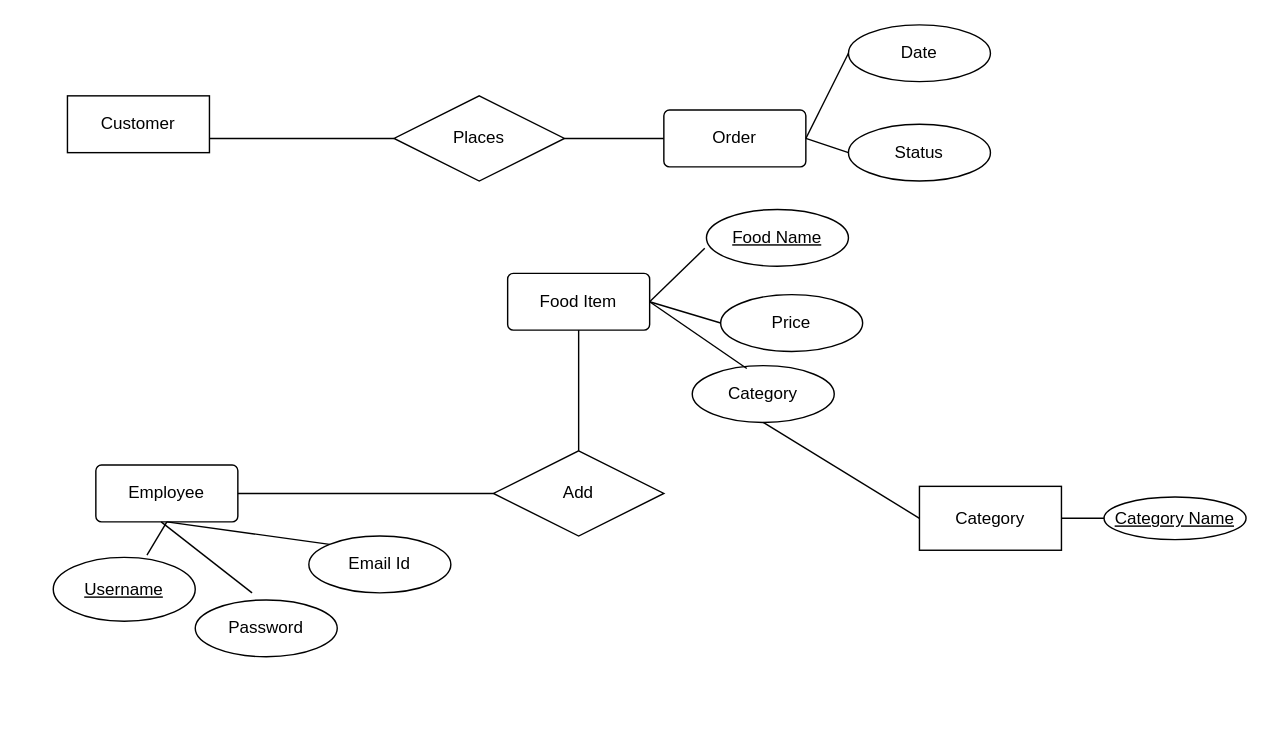
Above: Untitled Diagram.drawio in agrawalhema10/SF (draw.io), before the change. Source tidied: cells renumbered, new cells numbered last; positions are measured from the earlier drawing's top-left corner, leaving out a move shared by most shapes. Both pictures are drawn from the tidied source at 142%, with x=0, y=0 at pixel (53, 24).
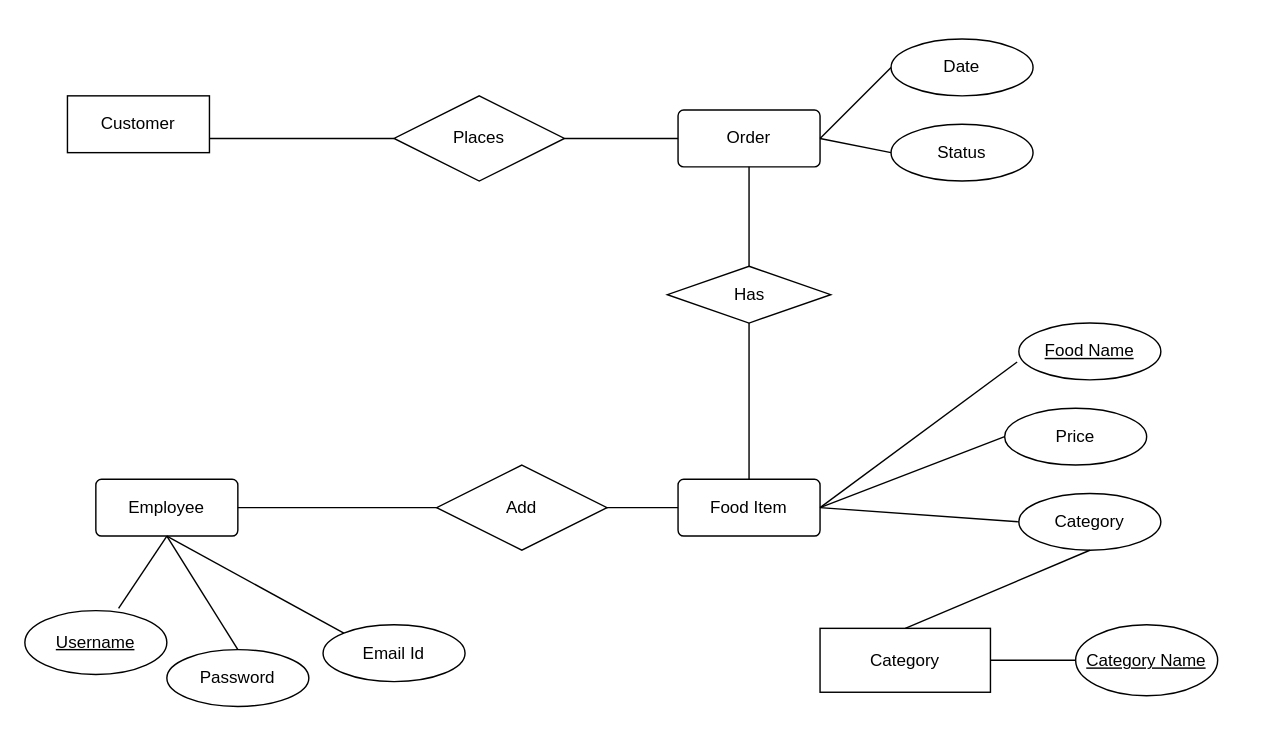
After the change.

The edit, as a diff of the source:
```diff
@@
     <mxCell id="3" value="Employee" style="rounded=1;arcSize=10;whiteSpace=wrap;html=1;align=center;" parent="1" vertex="1">
-      <mxGeometry x="30" y="310" width="100" height="40" as="geometry" />
+      <mxGeometry x="30" y="320" width="100" height="40" as="geometry" />
     </mxCell>
     <mxCell id="4" value="Food Item" style="rounded=1;arcSize=10;whiteSpace=wrap;html=1;align=center;" parent="1" vertex="1">
-      <mxGeometry x="320" y="175" width="100" height="40" as="geometry" />
+      <mxGeometry x="440" y="320" width="100" height="40" as="geometry" />
     </mxCell>
     <mxCell id="5" value="Order" style="rounded=1;arcSize=10;whiteSpace=wrap;html=1;align=center;" parent="1" vertex="1">
-      <mxGeometry x="430" y="60" width="100" height="40" as="geometry" />
+      <mxGeometry x="440" y="60" width="100" height="40" as="geometry" />
     </mxCell>
     <mxCell id="6" value="Category" style="whiteSpace=wrap;html=1;align=center;" parent="1" vertex="1">
-      <mxGeometry x="610" y="325" width="100" height="45" as="geometry" />
+      <mxGeometry x="540" y="425" width="120" height="45" as="geometry" />
     </mxCell>
     <mxCell id="7" value="Food Name" style="ellipse;whiteSpace=wrap;html=1;align=center;fontStyle=4;" parent="1" vertex="1">
-      <mxGeometry x="460" y="130" width="100" height="40" as="geometry" />
+      <mxGeometry x="680" y="210" width="100" height="40" as="geometry" />
     </mxCell>
     <mxCell id="8" value="Category Name" style="ellipse;whiteSpace=wrap;html=1;align=center;fontStyle=4;" parent="1" vertex="1">
-      <mxGeometry x="740" y="332.5" width="100" height="30" as="geometry" />
+      <mxGeometry x="720" y="422.5" width="100" height="50" as="geometry" />
     </mxCell>
     <mxCell id="9" value="Username" style="ellipse;whiteSpace=wrap;html=1;align=center;fontStyle=4;" parent="1" vertex="1">
-      <mxGeometry y="375" width="100" height="45" as="geometry" />
+      <mxGeometry x="-20" y="412.5" width="100" height="45" as="geometry" />
     </mxCell>
     <mxCell id="10" value="Price" style="ellipse;whiteSpace=wrap;html=1;align=center;" parent="1" vertex="1">
-      <mxGeometry x="470" y="190" width="100" height="40" as="geometry" />
+      <mxGeometry x="670" y="270" width="100" height="40" as="geometry" />
     </mxCell>
     <mxCell id="11" value="Category" style="ellipse;whiteSpace=wrap;html=1;align=center;" parent="1" vertex="1">
-      <mxGeometry x="450" y="240" width="100" height="40" as="geometry" />
+      <mxGeometry x="680" y="330" width="100" height="40" as="geometry" />
     </mxCell>
     <mxCell id="12" value="Date" style="ellipse;whiteSpace=wrap;html=1;align=center;" parent="1" vertex="1">
-      <mxGeometry x="560" width="100" height="40" as="geometry" />
+      <mxGeometry x="590" y="10" width="100" height="40" as="geometry" />
     </mxCell>
     <mxCell id="13" value="Status" style="ellipse;whiteSpace=wrap;html=1;align=center;" parent="1" vertex="1">
-      <mxGeometry x="560" y="70" width="100" height="40" as="geometry" />
+      <mxGeometry x="590" y="70" width="100" height="40" as="geometry" />
     </mxCell>
     <mxCell id="14" value="Password" style="ellipse;whiteSpace=wrap;html=1;align=center;" parent="1" vertex="1">
-      <mxGeometry x="100" y="405" width="100" height="40" as="geometry" />
+      <mxGeometry x="80" y="440" width="100" height="40" as="geometry" />
     </mxCell>
     <mxCell id="15" value="Email Id" style="ellipse;whiteSpace=wrap;html=1;align=center;" parent="1" vertex="1">
-      <mxGeometry x="180" y="360" width="100" height="40" as="geometry" />
+      <mxGeometry x="190" y="422.5" width="100" height="40" as="geometry" />
     </mxCell>
@@
-    <mxCell id="17" style="endArrow=none;html=1;rounded=0;" parent="1" edge="1">
-      <mxGeometry relative="1" as="geometry">
-        <mxPoint x="76" y="350" as="sourcePoint" />
-        <mxPoint x="140" y="400" as="targetPoint" />
-      </mxGeometry>
+    <mxCell id="17" style="endArrow=none;html=1;rounded=0;entryX=0.5;entryY=0;entryDx=0;entryDy=0;exitX=0.5;exitY=1;exitDx=0;exitDy=0;" parent="1" edge="1" source="3" target="14">
+      <mxGeometry relative="1" as="geometry" />
     </mxCell>
-    <mxCell id="18" style="endArrow=none;html=1;rounded=0;entryX=0;entryY=0;entryDx=0;entryDy=0;" parent="1" edge="1" target="15">
-      <mxGeometry relative="1" as="geometry">
-        <mxPoint x="80" y="350" as="sourcePoint" />
-      </mxGeometry>
+    <mxCell id="18" style="endArrow=none;html=1;rounded=0;entryX=0;entryY=0;entryDx=0;entryDy=0;exitX=0.5;exitY=1;exitDx=0;exitDy=0;" parent="1" edge="1" source="3" target="15">
+      <mxGeometry relative="1" as="geometry" />
     </mxCell>
     <mxCell id="19" value="Add" style="shape=rhombus;perimeter=rhombusPerimeter;whiteSpace=wrap;html=1;align=center;" parent="1" vertex="1">
-      <mxGeometry x="310" y="300" width="120" height="60" as="geometry" />
+      <mxGeometry x="270" y="310" width="120" height="60" as="geometry" />
     </mxCell>
@@
-    <mxCell id="24" style="endArrow=none;html=1;rounded=0;entryX=0.384;entryY=0.05;entryDx=0;entryDy=0;exitX=1;exitY=0.5;exitDx=0;exitDy=0;entryPerimeter=0;" parent="1" edge="1" source="4" target="11">
+    <mxCell id="24" style="endArrow=none;html=1;rounded=0;entryX=0;entryY=0.5;entryDx=0;entryDy=0;exitX=1;exitY=0.5;exitDx=0;exitDy=0;" parent="1" edge="1" source="4" target="11">
       <mxGeometry relative="1" as="geometry" />
     </mxCell>
@@
-    <mxCell id="27" style="endArrow=none;html=1;rounded=0;entryX=0.5;entryY=1;entryDx=0;entryDy=0;exitX=0.5;exitY=0;exitDx=0;exitDy=0;" parent="1" edge="1" source="19" target="4">
+    <mxCell id="27" style="endArrow=none;html=1;rounded=0;entryX=0;entryY=0.5;entryDx=0;entryDy=0;exitX=1;exitY=0.5;exitDx=0;exitDy=0;" parent="1" edge="1" source="19" target="4">
       <mxGeometry relative="1" as="geometry" />
     </mxCell>
@@
-    <mxCell id="30" style="endArrow=none;html=1;rounded=0;entryX=0;entryY=0.5;entryDx=0;entryDy=0;exitX=0.5;exitY=1;exitDx=0;exitDy=0;" parent="1" edge="1" source="11" target="6">
+    <mxCell id="30" style="endArrow=none;html=1;rounded=0;entryX=0.5;entryY=0;entryDx=0;entryDy=0;exitX=0.5;exitY=1;exitDx=0;exitDy=0;" parent="1" edge="1" source="11" target="6">
       <mxGeometry relative="1" as="geometry" />
     </mxCell>
@@
+    <mxCell id="32" value="Has" style="shape=rhombus;perimeter=rhombusPerimeter;whiteSpace=wrap;html=1;align=center;" parent="1" vertex="1">
+      <mxGeometry x="432.5" y="170" width="115" height="40" as="geometry" />
+    </mxCell>
+    <mxCell id="33" style="endArrow=none;html=1;rounded=0;exitX=0.5;exitY=1;exitDx=0;exitDy=0;" parent="1" edge="1" source="5" target="32">
+      <mxGeometry relative="1" as="geometry" />
+    </mxCell>
+    <mxCell id="34" style="endArrow=none;html=1;rounded=0;exitX=0.5;exitY=1;exitDx=0;exitDy=0;" parent="1" edge="1" source="32">
+      <mxGeometry relative="1" as="geometry">
+        <mxPoint x="490" y="320" as="targetPoint" />
+      </mxGeometry>
+    </mxCell>
```
